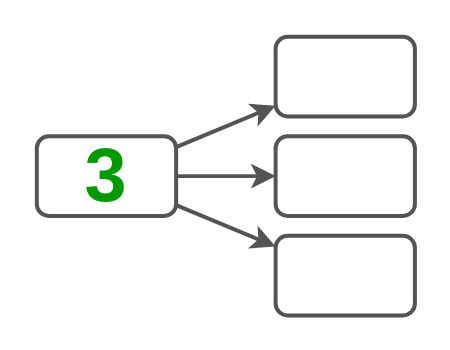
ewanld/pg_formulas keeps this draw.io diagram as page "icon_COUNTLNK" (2 of 3) of docs/schemas.drawio. Above is the earlier version. Source tidied: cells renumbered, new cells numbered last; positions are measured from the earlier drawing's top-left corner, leaving out a move shared by most shapes. Both pictures are drawn from the tidied source at 199%, with x=0, y=0 at pixel (36, 36).
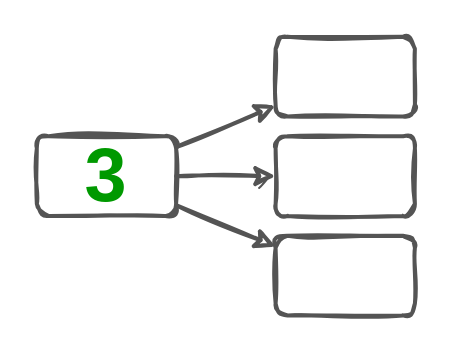
The same diagram, later.

The edit, as a diff of the source:
```diff
@@
 <mxGraphModel>
   <root>
     <mxCell id="0" />
     <mxCell id="1" parent="0" />
-    <mxCell id="2" value="3" style="rounded=1;whiteSpace=wrap;html=1;fontSize=38;fontColor=#009900;fontStyle=1;strokeColor=#545454;strokeWidth=2;" parent="1" vertex="1">
+    <mxCell id="2" value="3" style="rounded=1;whiteSpace=wrap;html=1;fontSize=38;fontColor=#009900;fontStyle=1;strokeColor=#545454;strokeWidth=2;sketch=1;" parent="1" vertex="1">
       <mxGeometry y="50" width="70" height="40" as="geometry" />
     </mxCell>
-    <mxCell id="3" style="rounded=1;whiteSpace=wrap;html=1;strokeColor=#545454;strokeWidth=2;" parent="1" vertex="1">
+    <mxCell id="3" style="rounded=1;whiteSpace=wrap;html=1;strokeColor=#545454;strokeWidth=2;sketch=1;" parent="1" vertex="1">
       <mxGeometry x="120" width="70" height="40" as="geometry" />
     </mxCell>
-    <mxCell id="4" style="endArrow=classic;html=1;rounded=0;strokeColor=#545454;strokeWidth=2;" parent="1" edge="1" source="2" target="3">
+    <mxCell id="4" style="endArrow=classic;html=1;rounded=0;strokeColor=#545454;strokeWidth=2;sketch=1;" parent="1" edge="1" source="2" target="3">
       <mxGeometry relative="1" as="geometry" />
     </mxCell>
-    <mxCell id="5" style="rounded=1;whiteSpace=wrap;html=1;strokeColor=#545454;strokeWidth=2;" parent="1" vertex="1">
+    <mxCell id="5" style="rounded=1;whiteSpace=wrap;html=1;strokeColor=#545454;strokeWidth=2;sketch=1;" parent="1" vertex="1">
       <mxGeometry x="120" y="50" width="70" height="40" as="geometry" />
     </mxCell>
-    <mxCell id="6" style="rounded=1;whiteSpace=wrap;html=1;strokeColor=#545454;strokeWidth=2;" parent="1" vertex="1">
+    <mxCell id="6" style="rounded=1;whiteSpace=wrap;html=1;strokeColor=#545454;strokeWidth=2;sketch=1;" parent="1" vertex="1">
       <mxGeometry x="120" y="100" width="70" height="40" as="geometry" />
     </mxCell>
-    <mxCell id="7" style="endArrow=classic;html=1;rounded=0;strokeColor=#545454;strokeWidth=2;" parent="1" edge="1" source="2" target="5">
+    <mxCell id="7" style="endArrow=classic;html=1;rounded=0;strokeColor=#545454;strokeWidth=2;sketch=1;" parent="1" edge="1" source="2" target="5">
       <mxGeometry relative="1" as="geometry" />
     </mxCell>
-    <mxCell id="8" style="endArrow=classic;html=1;rounded=0;strokeColor=#545454;strokeWidth=2;" parent="1" edge="1" source="2" target="6">
+    <mxCell id="8" style="endArrow=classic;html=1;rounded=0;strokeColor=#545454;strokeWidth=2;sketch=1;" parent="1" edge="1" source="2" target="6">
       <mxGeometry relative="1" as="geometry" />
     </mxCell>
   </root>
 </mxGraphModel>
```
